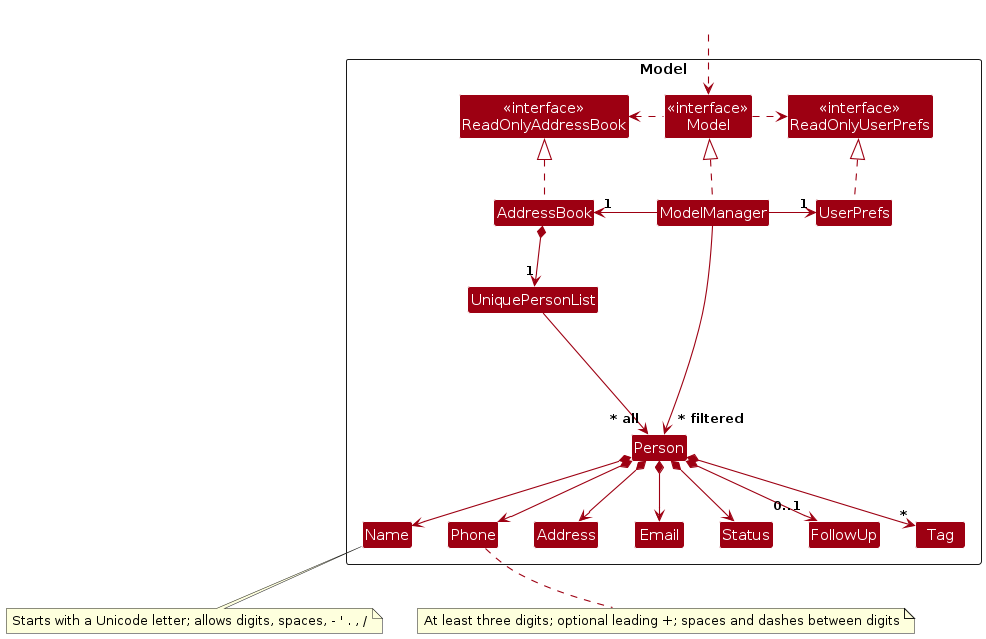
This is diagrams/ModelClassDiagram.png from AY2627S1-CS2103T-T09-2/tp, a PlantUML export, as it was before one commit. Its source is kept beside it as diagrams/ModelClassDiagram.puml.
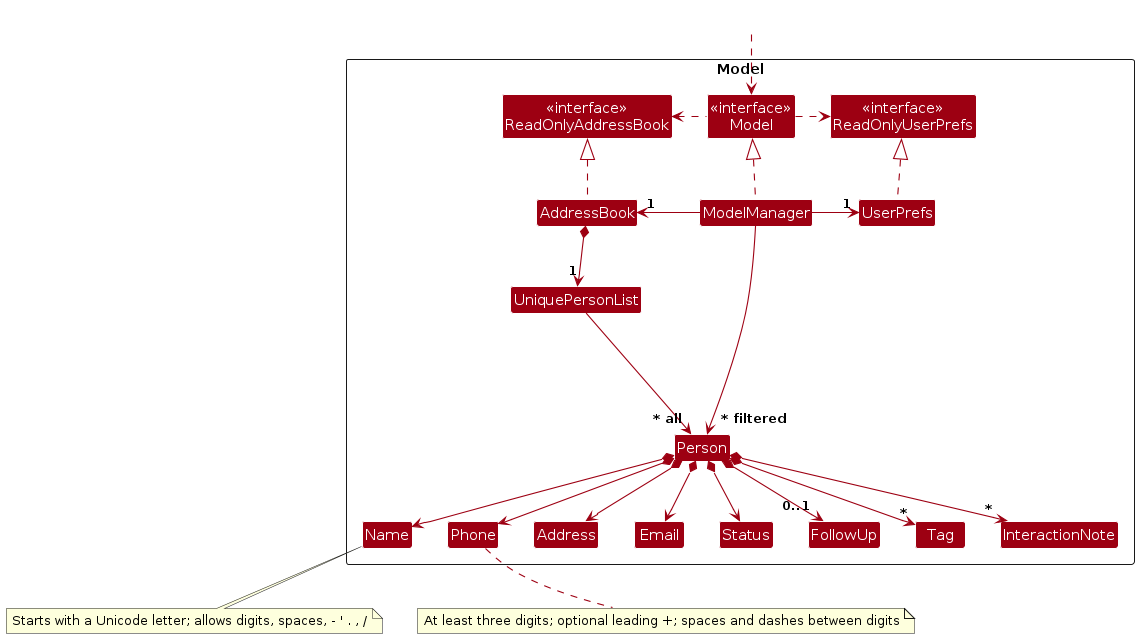
The same diagram one commit later.

Diff of the diagram source:
```diff
@@ -40,6 +40,7 @@
   + isPast() : boolean
 }
 Class Tag
+Class InteractionNote
 
 Class I #FFFFFF
 }
@@ -65,6 +66,7 @@
 Person *--> Status
 Person *--> "0..1" FollowUp
 Person *--> "*" Tag
+Person *--> "*" InteractionNote
 
 Person -[hidden]up--> I
 UniquePersonList -[hidden]right-> I
```
